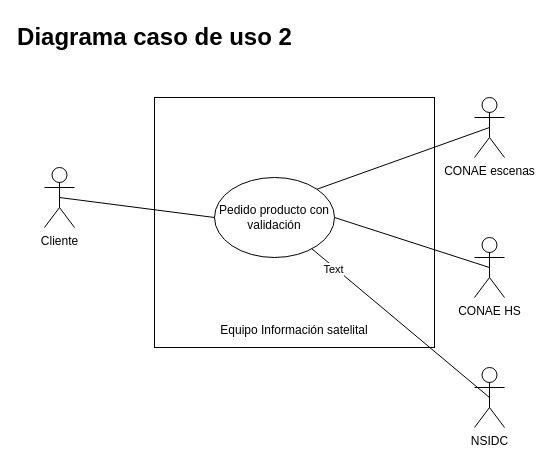
gvdiaz/Diagramas_simil_Visio keeps this draw.io diagram as page "Page-4" (4 of 4) of Drawio/Untitled Diagram.drawio. Above is the earlier version. Source tidied: cells renumbered, new cells numbered last; positions are measured from the earlier drawing's top-left corner, leaving out a move shared by most shapes. Both pictures are drawn from the tidied source at 100%, with x=0, y=0 at pixel (44, 17).
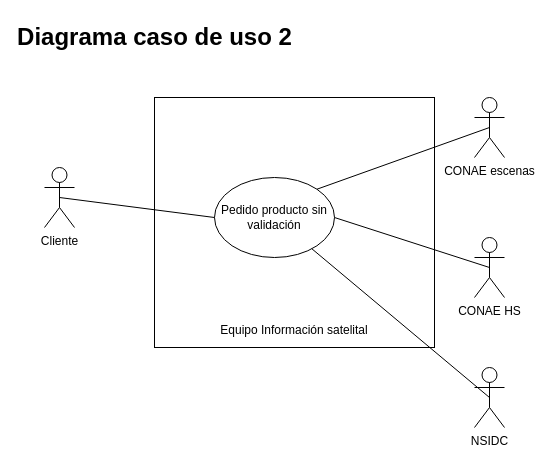
The same page after the edit.

What changed in the source:
```diff
@@
 <mxGraphModel>
   <root>
     <mxCell id="0" />
     <mxCell id="1" parent="0" />
     <mxCell id="2" value="Cliente" style="shape=umlActor;verticalLabelPosition=bottom;verticalAlign=top;html=1;outlineConnect=0;" parent="1" vertex="1">
       <mxGeometry y="150" width="30" height="60" as="geometry" />
     </mxCell>
     <mxCell id="3" value="CONAE escenas" style="shape=umlActor;verticalLabelPosition=bottom;verticalAlign=top;html=1;outlineConnect=0;" parent="1" vertex="1">
       <mxGeometry x="430" y="80" width="30" height="60" as="geometry" />
     </mxCell>
     <mxCell id="4" value="CONAE HS" style="shape=umlActor;verticalLabelPosition=bottom;verticalAlign=top;html=1;outlineConnect=0;" parent="1" vertex="1">
       <mxGeometry x="430" y="220" width="30" height="60" as="geometry" />
     </mxCell>
     <mxCell id="5" value="NSIDC" style="shape=umlActor;verticalLabelPosition=bottom;verticalAlign=top;html=1;outlineConnect=0;" parent="1" vertex="1">
       <mxGeometry x="430" y="350" width="30" height="60" as="geometry" />
     </mxCell>
     <mxCell id="6" value="&lt;div align=&quot;right&quot;&gt;&lt;br&gt;&lt;/div&gt;&lt;div align=&quot;right&quot;&gt;&lt;br&gt;&lt;/div&gt;&lt;div align=&quot;right&quot;&gt;&lt;br&gt;&lt;/div&gt;&lt;div align=&quot;right&quot;&gt;&lt;br&gt;&lt;/div&gt;&lt;div align=&quot;right&quot;&gt;&lt;br&gt;&lt;/div&gt;&lt;div align=&quot;right&quot;&gt;&lt;br&gt;&lt;/div&gt;&lt;div align=&quot;right&quot;&gt;&lt;br&gt;&lt;/div&gt;&lt;div align=&quot;right&quot;&gt;&lt;br&gt;&lt;/div&gt;&lt;div align=&quot;right&quot;&gt;&lt;br&gt;&lt;/div&gt;&lt;div align=&quot;right&quot;&gt;&lt;br&gt;&lt;/div&gt;&lt;div align=&quot;right&quot;&gt;&lt;br&gt;&lt;/div&gt;&lt;div align=&quot;right&quot;&gt;&lt;br&gt;&lt;/div&gt;&lt;div align=&quot;right&quot;&gt;&lt;br&gt;&lt;/div&gt;&lt;div align=&quot;right&quot;&gt;&lt;br&gt;&lt;/div&gt;&lt;div align=&quot;right&quot;&gt;&lt;br&gt;&lt;/div&gt;&lt;div align=&quot;right&quot;&gt;Equipo Información satelital&lt;br&gt;&lt;/div&gt;" style="rounded=0;whiteSpace=wrap;html=1;" parent="1" vertex="1">
       <mxGeometry x="110" y="80" width="280" height="250" as="geometry" />
     </mxCell>
-    <mxCell id="7" value="Pedido producto con validación" style="ellipse;whiteSpace=wrap;html=1;" parent="1" vertex="1">
+    <mxCell id="7" value="Pedido producto sin validación" style="ellipse;whiteSpace=wrap;html=1;" parent="1" vertex="1">
       <mxGeometry x="170" y="160" width="120" height="80" as="geometry" />
     </mxCell>
     <mxCell id="8" style="endArrow=none;html=1;exitX=0.5;exitY=0.5;exitDx=0;exitDy=0;exitPerimeter=0;entryX=0;entryY=0.5;entryDx=0;entryDy=0;" parent="1" edge="1" source="2" target="7">
       <mxGeometry relative="1" as="geometry" />
     </mxCell>
     <mxCell id="9" style="endArrow=none;html=1;entryX=0.5;entryY=0.5;entryDx=0;entryDy=0;entryPerimeter=0;" parent="1" edge="1" source="7" target="5">
       <mxGeometry relative="1" as="geometry" />
     </mxCell>
-    <mxCell id="10" value="Text" style="edgeLabel;html=1;align=center;verticalAlign=middle;" parent="9" vertex="1">
-      <mxGeometry x="-0.75" y="-2" relative="1" as="geometry" />
-    </mxCell>
     <mxCell id="11" style="endArrow=none;html=1;entryX=0.5;entryY=0.5;entryDx=0;entryDy=0;entryPerimeter=0;exitX=1;exitY=0.5;exitDx=0;exitDy=0;" parent="1" edge="1" source="7" target="4">
       <mxGeometry relative="1" as="geometry" />
     </mxCell>
     <mxCell id="12" style="endArrow=none;html=1;entryX=0.5;entryY=0.5;entryDx=0;entryDy=0;entryPerimeter=0;exitX=1;exitY=0;exitDx=0;exitDy=0;" parent="1" edge="1" source="7" target="3">
       <mxGeometry relative="1" as="geometry" />
     </mxCell>
     <mxCell id="13" value="Diagrama caso de uso 2" style="text;strokeColor=none;fillColor=none;html=1;fontSize=24;fontStyle=1;verticalAlign=middle;align=center;" parent="1" vertex="1">
       <mxGeometry x="60" width="100" height="40" as="geometry" />
     </mxCell>
   </root>
 </mxGraphModel>
```
